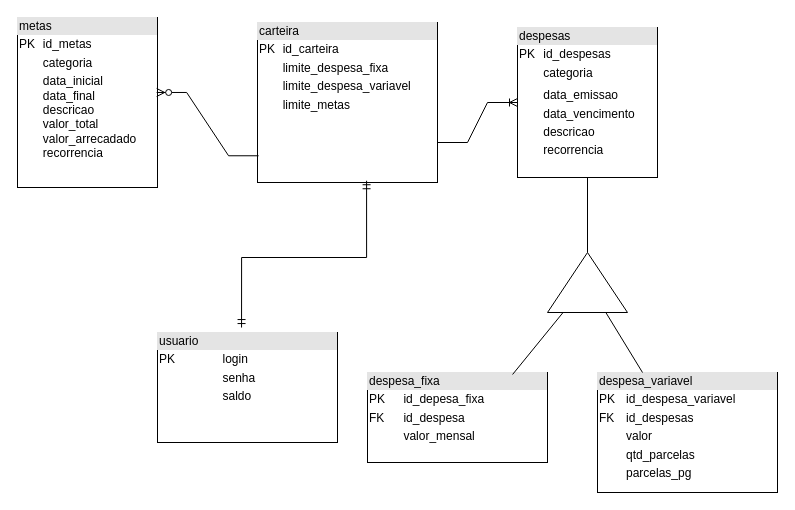
josevictoraraujorojas/Controle-Financeiro keeps this draw.io diagram as Diagrama entidade e relacionamento.drawio. Above is the earlier version. Source tidied: cells renumbered, new cells numbered last; positions are measured from the earlier drawing's top-left corner, leaving out a move shared by most shapes. Both pictures are drawn from the tidied source at 100%, with x=0, y=0 at pixel (17, 17).
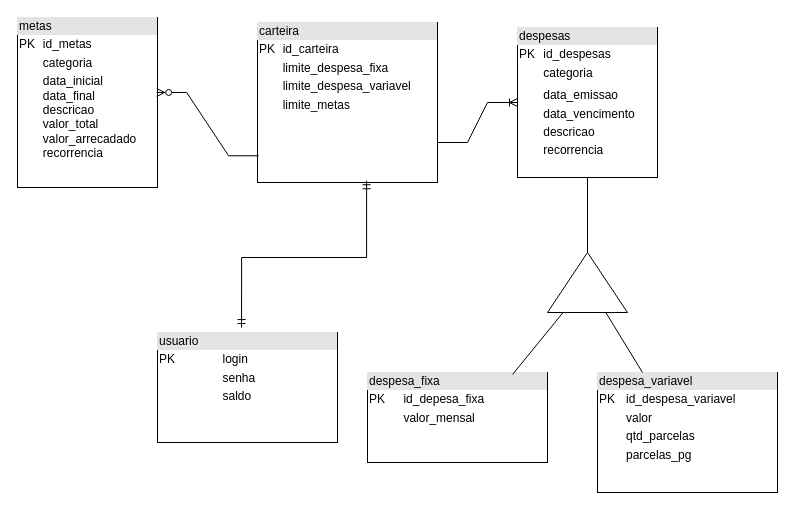
The same diagram, later.

What changed in the source:
```diff
@@
 <mxGraphModel>
   <root>
     <mxCell id="0" />
     <mxCell id="1" parent="0" />
     <mxCell id="2" value="&lt;div style=&quot;box-sizing:border-box;width:100%;background:#e4e4e4;padding:2px;&quot;&gt;usuario&lt;/div&gt;&lt;table style=&quot;width:100%;font-size:1em;&quot; cellpadding=&quot;2&quot; cellspacing=&quot;0&quot;&gt;&lt;tbody&gt;&lt;tr&gt;&lt;td&gt;PK&lt;/td&gt;&lt;td&gt;login&lt;/td&gt;&lt;/tr&gt;&lt;tr&gt;&lt;td&gt;&lt;br&gt;&lt;/td&gt;&lt;td&gt;senha&lt;/td&gt;&lt;/tr&gt;&lt;tr&gt;&lt;td&gt;&lt;br&gt;&lt;/td&gt;&lt;td&gt;saldo&lt;/td&gt;&lt;/tr&gt;&lt;tr&gt;&lt;td&gt;&lt;br&gt;&lt;/td&gt;&lt;td&gt;&lt;br&gt;&lt;/td&gt;&lt;/tr&gt;&lt;/tbody&gt;&lt;/table&gt;" style="verticalAlign=top;align=left;overflow=fill;html=1;whiteSpace=wrap;" parent="1" vertex="1">
       <mxGeometry x="140" y="315" width="180" height="110" as="geometry" />
     </mxCell>
     <mxCell id="3" value="&lt;div style=&quot;box-sizing:border-box;width:100%;background:#e4e4e4;padding:2px;&quot;&gt;carteira&lt;/div&gt;&lt;table style=&quot;width:100%;font-size:1em;&quot; cellpadding=&quot;2&quot; cellspacing=&quot;0&quot;&gt;&lt;tbody&gt;&lt;tr&gt;&lt;td&gt;PK&lt;/td&gt;&lt;td&gt;id_carteira&lt;/td&gt;&lt;/tr&gt;&lt;tr&gt;&lt;td&gt;&lt;br&gt;&lt;/td&gt;&lt;td&gt;limite_despesa_fixa&lt;/td&gt;&lt;/tr&gt;&lt;tr&gt;&lt;td&gt;&lt;/td&gt;&lt;td&gt;limite_despesa_variavel&lt;/td&gt;&lt;/tr&gt;&lt;tr&gt;&lt;td&gt;&lt;br&gt;&lt;/td&gt;&lt;td&gt;limite_metas&lt;/td&gt;&lt;/tr&gt;&lt;tr&gt;&lt;td&gt;&lt;br&gt;&lt;/td&gt;&lt;td&gt;&lt;br&gt;&lt;/td&gt;&lt;/tr&gt;&lt;tr&gt;&lt;td&gt;&lt;/td&gt;&lt;td&gt;&lt;br&gt;&lt;/td&gt;&lt;/tr&gt;&lt;tr&gt;&lt;td&gt;&lt;/td&gt;&lt;td&gt;&lt;br&gt;&lt;/td&gt;&lt;/tr&gt;&lt;/tbody&gt;&lt;/table&gt;" style="verticalAlign=top;align=left;overflow=fill;html=1;whiteSpace=wrap;" parent="1" vertex="1">
       <mxGeometry x="240" y="5" width="180" height="160" as="geometry" />
     </mxCell>
     <mxCell id="4" value="&lt;div style=&quot;box-sizing:border-box;width:100%;background:#e4e4e4;padding:2px;&quot;&gt;despesas&lt;/div&gt;&lt;table style=&quot;width:100%;font-size:1em;&quot; cellpadding=&quot;2&quot; cellspacing=&quot;0&quot;&gt;&lt;tbody&gt;&lt;tr&gt;&lt;td&gt;PK&lt;/td&gt;&lt;td&gt;id_despesas&lt;/td&gt;&lt;/tr&gt;&lt;tr&gt;&lt;td&gt;&lt;br&gt;&lt;/td&gt;&lt;td&gt;categoria&lt;/td&gt;&lt;/tr&gt;&lt;tr&gt;&lt;td&gt;&lt;/td&gt;&lt;td&gt;&lt;/td&gt;&lt;/tr&gt;&lt;tr&gt;&lt;td&gt;&lt;/td&gt;&lt;td&gt;data_emissao&lt;/td&gt;&lt;/tr&gt;&lt;tr&gt;&lt;td&gt;&lt;br&gt;&lt;/td&gt;&lt;td&gt;data_vencimento&lt;/td&gt;&lt;/tr&gt;&lt;tr&gt;&lt;td&gt;&lt;br&gt;&lt;/td&gt;&lt;td&gt;descricao&lt;/td&gt;&lt;/tr&gt;&lt;tr&gt;&lt;td&gt;&lt;br&gt;&lt;/td&gt;&lt;td&gt;recorrencia&lt;/td&gt;&lt;/tr&gt;&lt;/tbody&gt;&lt;/table&gt;" style="verticalAlign=top;align=left;overflow=fill;html=1;whiteSpace=wrap;" parent="1" vertex="1">
       <mxGeometry x="500" y="10" width="140" height="150" as="geometry" />
     </mxCell>
-    <mxCell id="5" value="&lt;div style=&quot;box-sizing:border-box;width:100%;background:#e4e4e4;padding:2px;&quot;&gt;despesa_fixa&lt;/div&gt;&lt;table style=&quot;width:100%;font-size:1em;&quot; cellpadding=&quot;2&quot; cellspacing=&quot;0&quot;&gt;&lt;tbody&gt;&lt;tr&gt;&lt;td&gt;PK&lt;/td&gt;&lt;td&gt;id_depesa_fixa&lt;br&gt;&lt;/td&gt;&lt;/tr&gt;&lt;tr&gt;&lt;td&gt;FK&lt;/td&gt;&lt;td&gt;id_despesa&lt;/td&gt;&lt;/tr&gt;&lt;tr&gt;&lt;td&gt;&lt;br&gt;&lt;/td&gt;&lt;td&gt;valor_mensal&lt;/td&gt;&lt;/tr&gt;&lt;/tbody&gt;&lt;/table&gt;" style="verticalAlign=top;align=left;overflow=fill;html=1;whiteSpace=wrap;" parent="1" vertex="1">
+    <mxCell id="5" value="&lt;div style=&quot;box-sizing:border-box;width:100%;background:#e4e4e4;padding:2px;&quot;&gt;despesa_fixa&lt;/div&gt;&lt;table style=&quot;width:100%;font-size:1em;&quot; cellpadding=&quot;2&quot; cellspacing=&quot;0&quot;&gt;&lt;tbody&gt;&lt;tr&gt;&lt;td&gt;PK&lt;/td&gt;&lt;td&gt;id_depesa_fixa&lt;br&gt;&lt;/td&gt;&lt;/tr&gt;&lt;tr&gt;&lt;td&gt;&lt;br&gt;&lt;/td&gt;&lt;td&gt;valor_mensal&lt;/td&gt;&lt;/tr&gt;&lt;/tbody&gt;&lt;/table&gt;" style="verticalAlign=top;align=left;overflow=fill;html=1;whiteSpace=wrap;" parent="1" vertex="1">
       <mxGeometry x="350" y="355" width="180" height="90" as="geometry" />
     </mxCell>
-    <mxCell id="6" value="&lt;div style=&quot;box-sizing:border-box;width:100%;background:#e4e4e4;padding:2px;&quot;&gt;despesa_variavel&lt;/div&gt;&lt;table style=&quot;width:100%;font-size:1em;&quot; cellpadding=&quot;2&quot; cellspacing=&quot;0&quot;&gt;&lt;tbody&gt;&lt;tr&gt;&lt;td&gt;PK&lt;/td&gt;&lt;td&gt;id_despesa_variavel&lt;/td&gt;&lt;/tr&gt;&lt;tr&gt;&lt;td&gt;FK&lt;/td&gt;&lt;td&gt;id_despesas&lt;/td&gt;&lt;/tr&gt;&lt;tr&gt;&lt;td&gt;&lt;br&gt;&lt;/td&gt;&lt;td&gt;valor&lt;/td&gt;&lt;/tr&gt;&lt;tr&gt;&lt;td&gt;&lt;/td&gt;&lt;td&gt;qtd_parcelas&lt;br&gt;&lt;/td&gt;&lt;/tr&gt;&lt;tr&gt;&lt;td&gt;&lt;br&gt;&lt;/td&gt;&lt;td&gt;parcelas_pg&lt;/td&gt;&lt;/tr&gt;&lt;tr&gt;&lt;td&gt;&lt;br&gt;&lt;/td&gt;&lt;td&gt;&lt;br&gt;&lt;/td&gt;&lt;/tr&gt;&lt;/tbody&gt;&lt;/table&gt;" style="verticalAlign=top;align=left;overflow=fill;html=1;whiteSpace=wrap;" parent="1" vertex="1">
+    <mxCell id="6" value="&lt;div style=&quot;box-sizing:border-box;width:100%;background:#e4e4e4;padding:2px;&quot;&gt;despesa_variavel&lt;/div&gt;&lt;table style=&quot;width:100%;font-size:1em;&quot; cellpadding=&quot;2&quot; cellspacing=&quot;0&quot;&gt;&lt;tbody&gt;&lt;tr&gt;&lt;td&gt;PK&lt;/td&gt;&lt;td&gt;id_despesa_variavel&lt;/td&gt;&lt;/tr&gt;&lt;tr&gt;&lt;td&gt;&lt;/td&gt;&lt;td&gt;valor&lt;/td&gt;&lt;/tr&gt;&lt;tr&gt;&lt;td&gt;&lt;/td&gt;&lt;td&gt;qtd_parcelas&lt;br&gt;&lt;/td&gt;&lt;/tr&gt;&lt;tr&gt;&lt;td&gt;&lt;br&gt;&lt;/td&gt;&lt;td&gt;parcelas_pg&lt;/td&gt;&lt;/tr&gt;&lt;tr&gt;&lt;td&gt;&lt;br&gt;&lt;/td&gt;&lt;td&gt;&lt;br&gt;&lt;/td&gt;&lt;/tr&gt;&lt;/tbody&gt;&lt;/table&gt;" style="verticalAlign=top;align=left;overflow=fill;html=1;whiteSpace=wrap;" parent="1" vertex="1">
       <mxGeometry x="580" y="355" width="180" height="120" as="geometry" />
     </mxCell>
     <mxCell id="7" value="&lt;div style=&quot;box-sizing:border-box;width:100%;background:#e4e4e4;padding:2px;&quot;&gt;metas&lt;/div&gt;&lt;table style=&quot;width:100%;font-size:1em;&quot; cellpadding=&quot;2&quot; cellspacing=&quot;0&quot;&gt;&lt;tbody&gt;&lt;tr&gt;&lt;td&gt;PK&lt;/td&gt;&lt;td&gt;id_metas&lt;/td&gt;&lt;/tr&gt;&lt;tr&gt;&lt;td&gt;&lt;br&gt;&lt;/td&gt;&lt;td&gt;categoria&lt;/td&gt;&lt;/tr&gt;&lt;tr&gt;&lt;td&gt;&lt;/td&gt;&lt;td&gt;data_inicial&lt;br&gt;data_final&lt;br&gt;descricao&lt;br&gt;valor_total&lt;br&gt;valor_arrecadado&lt;br&gt;recorrencia&lt;/td&gt;&lt;/tr&gt;&lt;/tbody&gt;&lt;/table&gt;" style="verticalAlign=top;align=left;overflow=fill;html=1;whiteSpace=wrap;direction=east;" parent="1" vertex="1">
       <mxGeometry width="140" height="170" as="geometry" />
     </mxCell>
     <mxCell id="8" style="edgeStyle=entityRelationEdgeStyle;fontSize=12;html=1;endArrow=ERzeroToMany;endFill=1;rounded=0;fontFamily=Helvetica;fontColor=default;entryX=0.994;entryY=0.441;entryDx=0;entryDy=0;entryPerimeter=0;exitX=0.006;exitY=0.833;exitDx=0;exitDy=0;exitPerimeter=0;" parent="1" edge="1" source="3" target="7">
       <mxGeometry relative="1" as="geometry" />
     </mxCell>
     <mxCell id="9" style="edgeStyle=orthogonalEdgeStyle;fontSize=12;html=1;endArrow=ERmandOne;startArrow=ERmandOne;rounded=0;fontFamily=Helvetica;fontColor=default;exitX=0.467;exitY=-0.045;exitDx=0;exitDy=0;entryX=0.606;entryY=0.989;entryDx=0;entryDy=0;entryPerimeter=0;exitPerimeter=0;" parent="1" edge="1" source="2" target="3">
       <mxGeometry relative="1" as="geometry" />
     </mxCell>
     <mxCell id="10" style="edgeStyle=entityRelationEdgeStyle;fontSize=12;html=1;endArrow=ERoneToMany;rounded=0;fontFamily=Helvetica;fontColor=default;entryX=0;entryY=0.5;entryDx=0;entryDy=0;exitX=1;exitY=0.75;exitDx=0;exitDy=0;" parent="1" edge="1" source="3" target="4">
       <mxGeometry relative="1" as="geometry" />
     </mxCell>
     <mxCell id="11" style="rounded=0;jettySize=auto;html=1;endArrow=none;endFill=0;" parent="1" edge="1" source="13" target="4">
       <mxGeometry relative="1" as="geometry" />
     </mxCell>
     <mxCell id="12" style="rounded=0;jettySize=auto;html=1;entryX=0.25;entryY=0;entryDx=0;entryDy=0;endArrow=none;endFill=0;" parent="1" edge="1" source="13" target="6">
       <mxGeometry relative="1" as="geometry" />
     </mxCell>
     <mxCell id="13" style="triangle;whiteSpace=wrap;html=1;rotation=-90;" parent="1" vertex="1">
       <mxGeometry x="540" y="225" width="60" height="80" as="geometry" />
     </mxCell>
     <mxCell id="14" style="rounded=0;jettySize=auto;html=1;entryX=0.806;entryY=0.022;entryDx=0;entryDy=0;entryPerimeter=0;endArrow=none;endFill=0;" parent="1" edge="1" source="13" target="5">
       <mxGeometry relative="1" as="geometry" />
     </mxCell>
   </root>
 </mxGraphModel>
```
